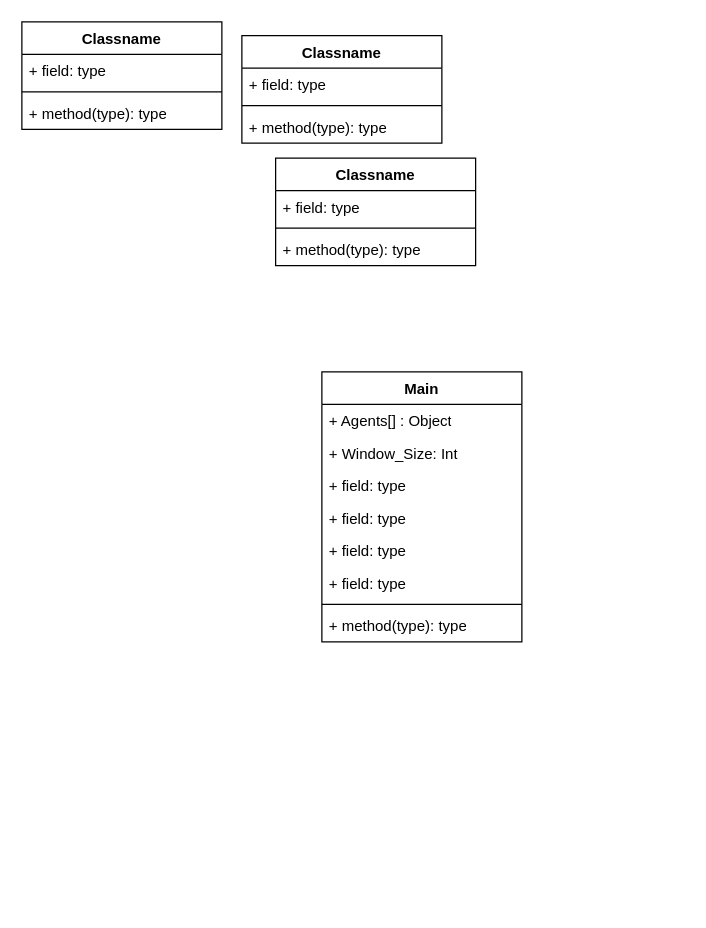
Above: Prototype Class Diagram.drawio in Boland-Unfug/Thesis-python (draw.io), before the change. Source tidied: cells renumbered, new cells numbered last; positions are measured from the earlier drawing's top-left corner, leaving out a move shared by most shapes. Both pictures are drawn from the tidied source at 125%, with x=0, y=0 at pixel (21, 21).
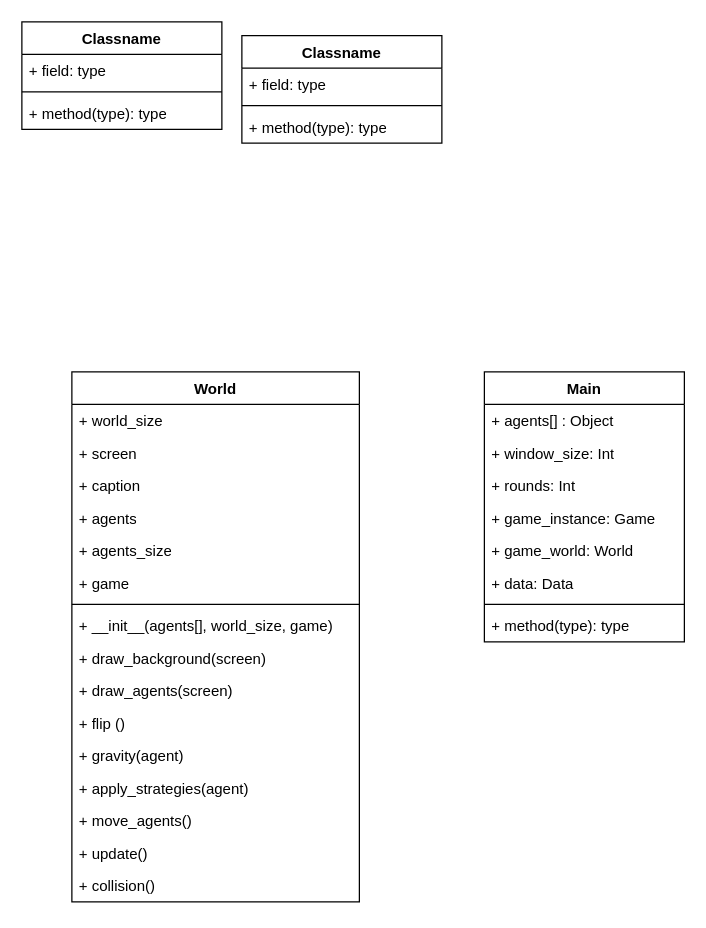
After the change.

What changed in the source:
```diff
@@
     <mxCell id="10" value="Main" style="swimlane;fontStyle=1;align=center;verticalAlign=top;horizontal=1;startSize=26;whiteSpace=wrap;html=1;" parent="1" vertex="1">
-      <mxGeometry x="240" y="280" width="160" height="216" as="geometry" />
+      <mxGeometry x="370" y="280" width="160" height="216" as="geometry" />
     </mxCell>
-    <mxCell id="11" value="+ Agents[] : Object" style="text;strokeColor=none;fillColor=none;align=left;verticalAlign=top;spacingLeft=4;spacingRight=4;overflow=hidden;whiteSpace=wrap;html=1;" parent="10" vertex="1">
+    <mxCell id="11" value="&lt;div&gt;+ agents[] : Object&lt;/div&gt;" style="text;strokeColor=none;fillColor=none;align=left;verticalAlign=top;spacingLeft=4;spacingRight=4;overflow=hidden;whiteSpace=wrap;html=1;" parent="10" vertex="1">
       <mxGeometry y="26" width="160" height="26" as="geometry" />
     </mxCell>
-    <mxCell id="12" value="+ Window_Size: Int" style="text;strokeColor=none;fillColor=none;align=left;verticalAlign=top;spacingLeft=4;spacingRight=4;overflow=hidden;whiteSpace=wrap;html=1;" parent="10" vertex="1">
+    <mxCell id="12" value="+ window_size: Int" style="text;strokeColor=none;fillColor=none;align=left;verticalAlign=top;spacingLeft=4;spacingRight=4;overflow=hidden;whiteSpace=wrap;html=1;" parent="10" vertex="1">
       <mxGeometry y="52" width="160" height="26" as="geometry" />
     </mxCell>
-    <mxCell id="13" value="+ field: type" style="text;strokeColor=none;fillColor=none;align=left;verticalAlign=top;spacingLeft=4;spacingRight=4;overflow=hidden;whiteSpace=wrap;html=1;" parent="10" vertex="1">
+    <mxCell id="13" value="+ rounds: Int" style="text;strokeColor=none;fillColor=none;align=left;verticalAlign=top;spacingLeft=4;spacingRight=4;overflow=hidden;whiteSpace=wrap;html=1;" parent="10" vertex="1">
       <mxGeometry y="78" width="160" height="26" as="geometry" />
     </mxCell>
-    <mxCell id="14" value="+ field: type" style="text;strokeColor=none;fillColor=none;align=left;verticalAlign=top;spacingLeft=4;spacingRight=4;overflow=hidden;whiteSpace=wrap;html=1;" parent="10" vertex="1">
+    <mxCell id="14" value="+ game_instance: Game" style="text;strokeColor=none;fillColor=none;align=left;verticalAlign=top;spacingLeft=4;spacingRight=4;overflow=hidden;whiteSpace=wrap;html=1;" parent="10" vertex="1">
       <mxGeometry y="104" width="160" height="26" as="geometry" />
     </mxCell>
-    <mxCell id="15" value="+ field: type" style="text;strokeColor=none;fillColor=none;align=left;verticalAlign=top;spacingLeft=4;spacingRight=4;overflow=hidden;whiteSpace=wrap;html=1;" parent="10" vertex="1">
+    <mxCell id="15" value="+ game_world: World" style="text;strokeColor=none;fillColor=none;align=left;verticalAlign=top;spacingLeft=4;spacingRight=4;overflow=hidden;whiteSpace=wrap;html=1;" parent="10" vertex="1">
       <mxGeometry y="130" width="160" height="26" as="geometry" />
     </mxCell>
-    <mxCell id="16" value="+ field: type" style="text;strokeColor=none;fillColor=none;align=left;verticalAlign=top;spacingLeft=4;spacingRight=4;overflow=hidden;whiteSpace=wrap;html=1;" parent="10" vertex="1">
+    <mxCell id="16" value="+ data: Data" style="text;strokeColor=none;fillColor=none;align=left;verticalAlign=top;spacingLeft=4;spacingRight=4;overflow=hidden;whiteSpace=wrap;html=1;" parent="10" vertex="1">
       <mxGeometry y="156" width="160" height="26" as="geometry" />
     </mxCell>
@@
-    <mxCell id="19" value="Classname" style="swimlane;fontStyle=1;align=center;verticalAlign=top;horizontal=1;startSize=26;whiteSpace=wrap;html=1;" parent="1" vertex="1">
-      <mxGeometry x="203" y="109" width="160" height="86" as="geometry" />
+    <mxCell id="19" value="World" style="swimlane;fontStyle=1;align=center;verticalAlign=top;horizontal=1;startSize=26;whiteSpace=wrap;html=1;" parent="1" vertex="1">
+      <mxGeometry x="40" y="280" width="230" height="424" as="geometry" />
     </mxCell>
-    <mxCell id="20" value="+ field: type" style="text;strokeColor=none;fillColor=none;align=left;verticalAlign=top;spacingLeft=4;spacingRight=4;overflow=hidden;whiteSpace=wrap;html=1;" parent="19" vertex="1">
-      <mxGeometry y="26" width="160" height="26" as="geometry" />
+    <mxCell id="20" value="+ world_size" style="text;strokeColor=none;fillColor=none;align=left;verticalAlign=top;spacingLeft=4;spacingRight=4;overflow=hidden;whiteSpace=wrap;html=1;" parent="19" vertex="1">
+      <mxGeometry y="26" width="230" height="26" as="geometry" />
     </mxCell>
+    <mxCell id="23" value="+ screen" style="text;strokeColor=none;fillColor=none;align=left;verticalAlign=top;spacingLeft=4;spacingRight=4;overflow=hidden;whiteSpace=wrap;html=1;" parent="19" vertex="1">
+      <mxGeometry y="52" width="230" height="26" as="geometry" />
+    </mxCell>
+    <mxCell id="24" value="+ caption" style="text;strokeColor=none;fillColor=none;align=left;verticalAlign=top;spacingLeft=4;spacingRight=4;overflow=hidden;whiteSpace=wrap;html=1;" parent="19" vertex="1">
+      <mxGeometry y="78" width="230" height="26" as="geometry" />
+    </mxCell>
+    <mxCell id="25" value="+ agents" style="text;strokeColor=none;fillColor=none;align=left;verticalAlign=top;spacingLeft=4;spacingRight=4;overflow=hidden;whiteSpace=wrap;html=1;" parent="19" vertex="1">
+      <mxGeometry y="104" width="230" height="26" as="geometry" />
+    </mxCell>
+    <mxCell id="26" value="+ agents_size" style="text;strokeColor=none;fillColor=none;align=left;verticalAlign=top;spacingLeft=4;spacingRight=4;overflow=hidden;whiteSpace=wrap;html=1;" parent="19" vertex="1">
+      <mxGeometry y="130" width="230" height="26" as="geometry" />
+    </mxCell>
+    <mxCell id="27" value="+ game" style="text;strokeColor=none;fillColor=none;align=left;verticalAlign=top;spacingLeft=4;spacingRight=4;overflow=hidden;whiteSpace=wrap;html=1;" parent="19" vertex="1">
+      <mxGeometry y="156" width="230" height="26" as="geometry" />
+    </mxCell>
     <mxCell id="21" style="line;strokeWidth=1;fillColor=none;align=left;verticalAlign=middle;spacingTop=-1;spacingLeft=3;spacingRight=3;labelPosition=right;strokeColor=inherit;" parent="19" vertex="1">
-      <mxGeometry y="52" width="160" height="8" as="geometry" />
+      <mxGeometry y="182" width="230" height="8" as="geometry" />
     </mxCell>
-    <mxCell id="22" value="+ method(type): type" style="text;strokeColor=none;fillColor=none;align=left;verticalAlign=top;spacingLeft=4;spacingRight=4;overflow=hidden;whiteSpace=wrap;html=1;" parent="19" vertex="1">
-      <mxGeometry y="60" width="160" height="26" as="geometry" />
+    <mxCell id="22" value="+ __init__(agents[], world_size, game)" style="text;strokeColor=none;fillColor=none;align=left;verticalAlign=top;spacingLeft=4;spacingRight=4;overflow=hidden;whiteSpace=wrap;html=1;" parent="19" vertex="1">
+      <mxGeometry y="190" width="230" height="26" as="geometry" />
     </mxCell>
+    <mxCell id="28" value="+ draw_background(screen)" style="text;strokeColor=none;fillColor=none;align=left;verticalAlign=top;spacingLeft=4;spacingRight=4;overflow=hidden;whiteSpace=wrap;html=1;" parent="19" vertex="1">
+      <mxGeometry y="216" width="230" height="26" as="geometry" />
+    </mxCell>
+    <mxCell id="29" value="+ draw_agents(screen)" style="text;strokeColor=none;fillColor=none;align=left;verticalAlign=top;spacingLeft=4;spacingRight=4;overflow=hidden;whiteSpace=wrap;html=1;" parent="19" vertex="1">
+      <mxGeometry y="242" width="230" height="26" as="geometry" />
+    </mxCell>
+    <mxCell id="30" value="+ flip ()" style="text;strokeColor=none;fillColor=none;align=left;verticalAlign=top;spacingLeft=4;spacingRight=4;overflow=hidden;whiteSpace=wrap;html=1;" parent="19" vertex="1">
+      <mxGeometry y="268" width="230" height="26" as="geometry" />
+    </mxCell>
+    <mxCell id="31" value="+ gravity(agent)" style="text;strokeColor=none;fillColor=none;align=left;verticalAlign=top;spacingLeft=4;spacingRight=4;overflow=hidden;whiteSpace=wrap;html=1;" parent="19" vertex="1">
+      <mxGeometry y="294" width="230" height="26" as="geometry" />
+    </mxCell>
+    <mxCell id="32" value="+ apply_strategies(agent)" style="text;strokeColor=none;fillColor=none;align=left;verticalAlign=top;spacingLeft=4;spacingRight=4;overflow=hidden;whiteSpace=wrap;html=1;" parent="19" vertex="1">
+      <mxGeometry y="320" width="230" height="26" as="geometry" />
+    </mxCell>
+    <mxCell id="33" value="+ move_agents()" style="text;strokeColor=none;fillColor=none;align=left;verticalAlign=top;spacingLeft=4;spacingRight=4;overflow=hidden;whiteSpace=wrap;html=1;" parent="19" vertex="1">
+      <mxGeometry y="346" width="230" height="26" as="geometry" />
+    </mxCell>
+    <mxCell id="34" value="+ update()" style="text;strokeColor=none;fillColor=none;align=left;verticalAlign=top;spacingLeft=4;spacingRight=4;overflow=hidden;whiteSpace=wrap;html=1;" parent="19" vertex="1">
+      <mxGeometry y="372" width="230" height="26" as="geometry" />
+    </mxCell>
+    <mxCell id="35" value="+ collision()" style="text;strokeColor=none;fillColor=none;align=left;verticalAlign=top;spacingLeft=4;spacingRight=4;overflow=hidden;whiteSpace=wrap;html=1;" parent="19" vertex="1">
+      <mxGeometry y="398" width="230" height="26" as="geometry" />
+    </mxCell>
```
